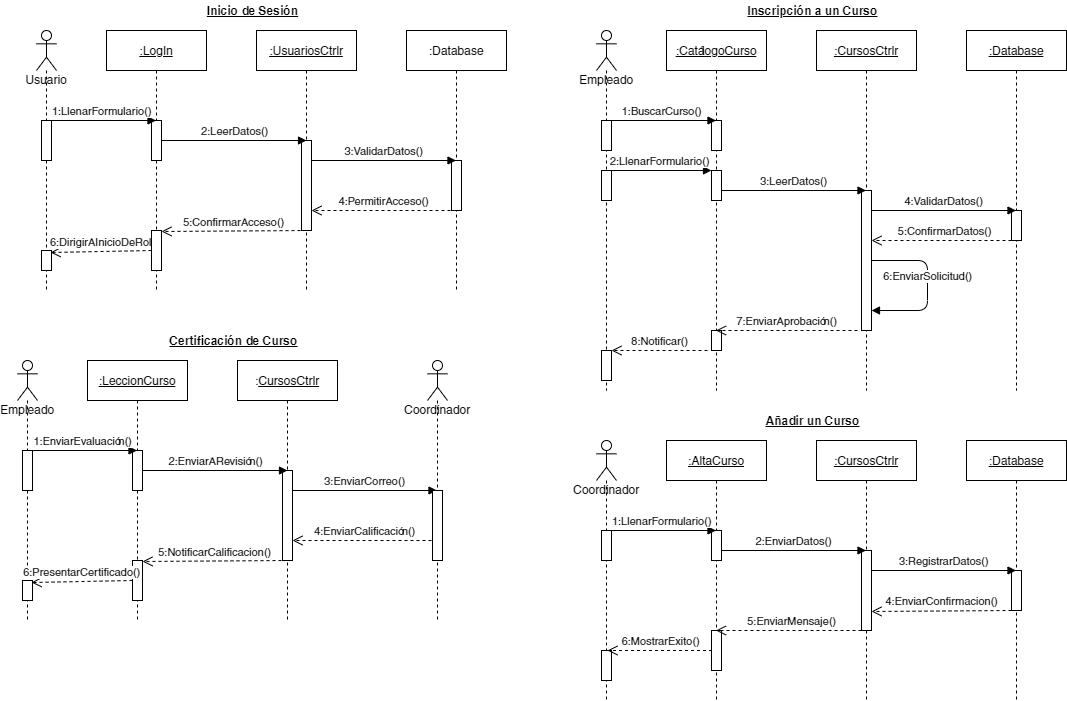
edgarcastillo17/analisisavanzadosoftware keeps this draw.io diagram as diagrams/C1.4_UML_Casos_de_uso_secuencia_clases/C1.4_Secuencia_1.png. Above is the earlier version. Source tidied: cells renumbered, new cells last; positions are measured from the earlier drawing's top-left corner, leaving out a move shared by most shapes.
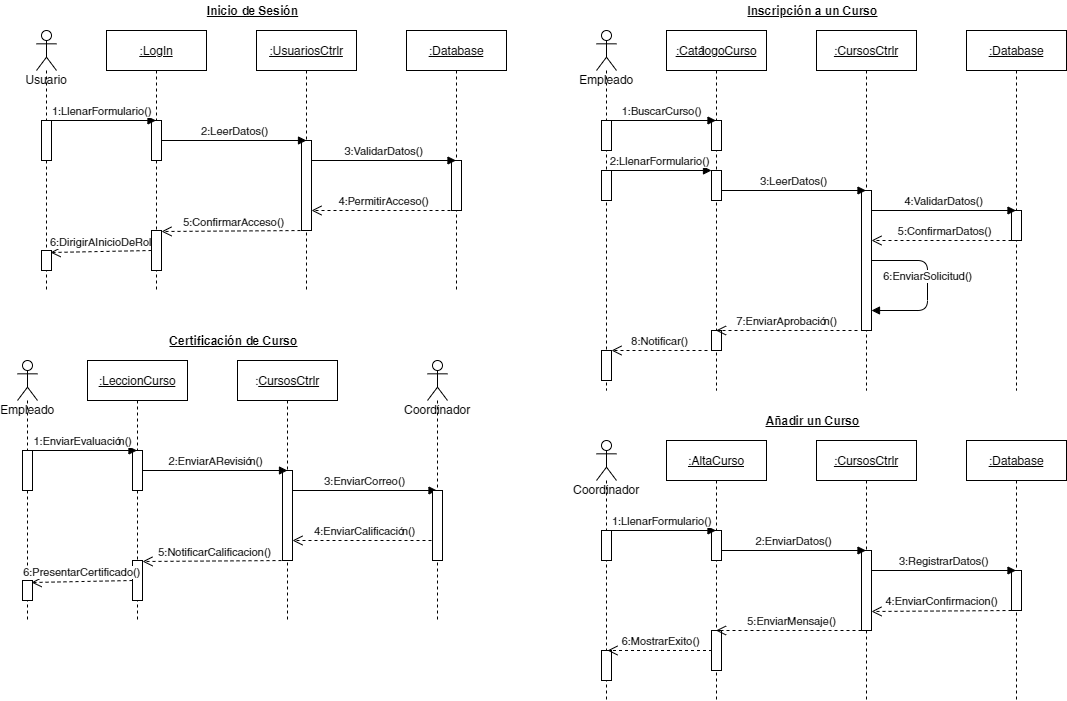
The same diagram one commit later.

Commit message:
C1.4_UML_Casos_de_uso_secuencia_clases

What changed in the source:
```diff
@@ -26,7 +26,7 @@
     <mxCell id="9" style="html=1;points=[];perimeter=orthogonalPerimeter;" parent="8" vertex="1">
       <mxGeometry x="45" y="110" width="10" height="90" as="geometry" />
     </mxCell>
-    <mxCell id="10" value=":Database" style="shape=umlLifeline;perimeter=lifelinePerimeter;whiteSpace=wrap;html=1;outlineConnect=0;" parent="1" vertex="1">
+    <mxCell id="10" value="&lt;u&gt;:Database&lt;/u&gt;" style="shape=umlLifeline;perimeter=lifelinePerimeter;whiteSpace=wrap;html=1;outlineConnect=0;" parent="1" vertex="1">
       <mxGeometry x="389" y="30" width="100" height="260" as="geometry" />
     </mxCell>
     <mxCell id="11" style="html=1;perimeter=orthogonalPerimeter;" parent="10" vertex="1">
```
